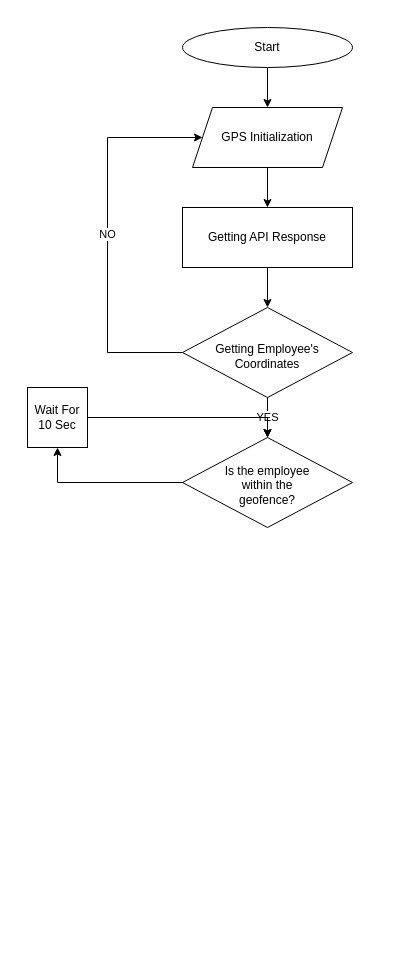
Above: Flowchart1.drawio in TheRawKing/scrcpy (draw.io), before the change. Source tidied: cells renumbered, new cells numbered last; positions are measured from the earlier drawing's top-left corner, leaving out a move shared by most shapes. Both pictures are drawn from the tidied source at 100%, with x=0, y=0 at pixel (27, 27).
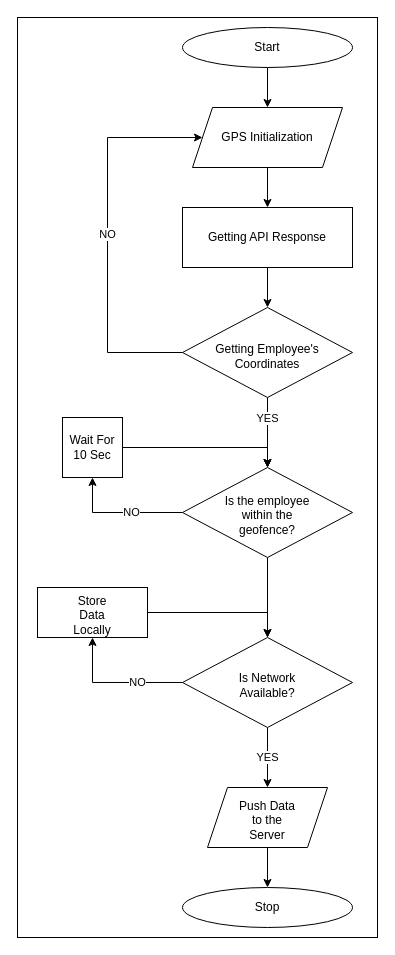
The same diagram, later.

The change refers to these unchanged cells:
```xml
<mxCell id="10" value="Getting Employee's Coordinates" style="rhombus;whiteSpace=wrap;html=1;spacingTop=7;" parent="1" vertex="1">
  <mxGeometry x="155" y="280" width="170" height="90" as="geometry" />
</mxCell>
```

Change to the diagram source:
```diff
@@
+    <mxCell id="16" style="rounded=0;whiteSpace=wrap;html=1;labelBorderColor=#FFFFFF;labelBackgroundColor=#000000;" parent="1" vertex="1">
+      <mxGeometry x="-10" y="-10" width="360" height="920" as="geometry" />
+    </mxCell>
@@
     <mxCell id="9" value="YES" style="edgeStyle=orthogonalEdgeStyle;rounded=0;jettySize=auto;html=1;" parent="1" edge="1" source="10" target="13">
-      <mxGeometry relative="1" as="geometry" />
+      <mxGeometry x="-0.4" relative="1" as="geometry" />
     </mxCell>
@@
-    <mxCell id="12" style="edgeStyle=orthogonalEdgeStyle;rounded=0;jettySize=auto;html=1;exitX=0;exitY=0.5;exitDx=0;exitDy=0;entryX=0.5;entryY=1;entryDx=0;entryDy=0;" parent="1" edge="1" source="13" target="15">
-      <mxGeometry relative="1" as="geometry" />
+    <mxCell id="12" value="NO" style="edgeStyle=orthogonalEdgeStyle;rounded=0;jettySize=auto;html=1;exitX=0;exitY=0.5;exitDx=0;exitDy=0;entryX=0.5;entryY=1;entryDx=0;entryDy=0;" parent="1" edge="1" source="13" target="15">
+      <mxGeometry x="-0.19" relative="1" as="geometry" />
     </mxCell>
+    <mxCell id="17" style="edgeStyle=orthogonalEdgeStyle;rounded=0;jettySize=auto;html=1;" parent="1" edge="1" source="13" target="19">
+      <mxGeometry relative="1" as="geometry" />
+    </mxCell>
     <mxCell id="13" value="&lt;div style=&quot;&quot;&gt;&lt;span style=&quot;background-color: initial;&quot;&gt;Is the employee within the geofence?&lt;/span&gt;&lt;/div&gt;" style="rhombus;whiteSpace=wrap;html=1;align=center;spacingLeft=30;spacingRight=30;spacingTop=5;" parent="1" vertex="1">
-      <mxGeometry x="155" y="410" width="170" height="90" as="geometry" />
+      <mxGeometry x="155" y="440" width="170" height="90" as="geometry" />
     </mxCell>
     <mxCell id="14" style="edgeStyle=orthogonalEdgeStyle;rounded=0;jettySize=auto;html=1;entryX=0.5;entryY=0;entryDx=0;entryDy=0;" parent="1" edge="1" source="15" target="13">
-      <mxGeometry relative="1" as="geometry" />
+      <mxGeometry relative="1" as="geometry">
+        <Array as="points">
+          <mxPoint x="240" y="420" />
+        </Array>
+      </mxGeometry>
     </mxCell>
     <mxCell id="15" value="Wait For 10 Sec" style="whiteSpace=wrap;html=1;" parent="1" vertex="1">
-      <mxGeometry y="360" width="60" height="60" as="geometry" />
+      <mxGeometry x="35" y="390" width="60" height="60" as="geometry" />
     </mxCell>
+    <mxCell id="18" value="YES" style="edgeStyle=orthogonalEdgeStyle;rounded=0;jettySize=auto;html=1;" parent="1" edge="1" source="19" target="24">
+      <mxGeometry relative="1" as="geometry" />
+    </mxCell>
+    <mxCell id="19" value="Is Network Available?" style="rhombus;whiteSpace=wrap;html=1;align=center;spacingLeft=30;spacingRight=30;spacingTop=5;" parent="1" vertex="1">
+      <mxGeometry x="155" y="610" width="170" height="90" as="geometry" />
+    </mxCell>
+    <mxCell id="20" value="NO" style="edgeStyle=orthogonalEdgeStyle;rounded=0;jettySize=auto;html=1;exitX=0;exitY=0.5;exitDx=0;exitDy=0;entryX=0.5;entryY=1;entryDx=0;entryDy=0;" parent="1" edge="1" source="19" target="22">
+      <mxGeometry x="-0.33" relative="1" as="geometry" />
+    </mxCell>
+    <mxCell id="21" style="edgeStyle=orthogonalEdgeStyle;rounded=0;jettySize=auto;html=1;entryX=0.5;entryY=0;entryDx=0;entryDy=0;" parent="1" edge="1" source="22" target="19">
+      <mxGeometry relative="1" as="geometry" />
+    </mxCell>
+    <mxCell id="22" value="Store Data Locally" style="whiteSpace=wrap;html=1;spacingLeft=30;spacingRight=30;spacingTop=5;" parent="1" vertex="1">
+      <mxGeometry x="10" y="560" width="110" height="50" as="geometry" />
+    </mxCell>
+    <mxCell id="23" style="edgeStyle=orthogonalEdgeStyle;rounded=0;jettySize=auto;html=1;entryX=0.5;entryY=0;entryDx=0;entryDy=0;" parent="1" edge="1" source="24" target="25">
+      <mxGeometry relative="1" as="geometry" />
+    </mxCell>
+    <mxCell id="24" value="Push Data to the Server" style="shape=parallelogram;perimeter=parallelogramPerimeter;whiteSpace=wrap;html=1;fixedSize=1;spacingLeft=30;spacingRight=30;spacingTop=5;" parent="1" vertex="1">
+      <mxGeometry x="180" y="760" width="120" height="60" as="geometry" />
+    </mxCell>
+    <mxCell id="25" value="Stop" style="ellipse;whiteSpace=wrap;html=1;" parent="1" vertex="1">
+      <mxGeometry x="155" y="860" width="170" height="40" as="geometry" />
+    </mxCell>
```
